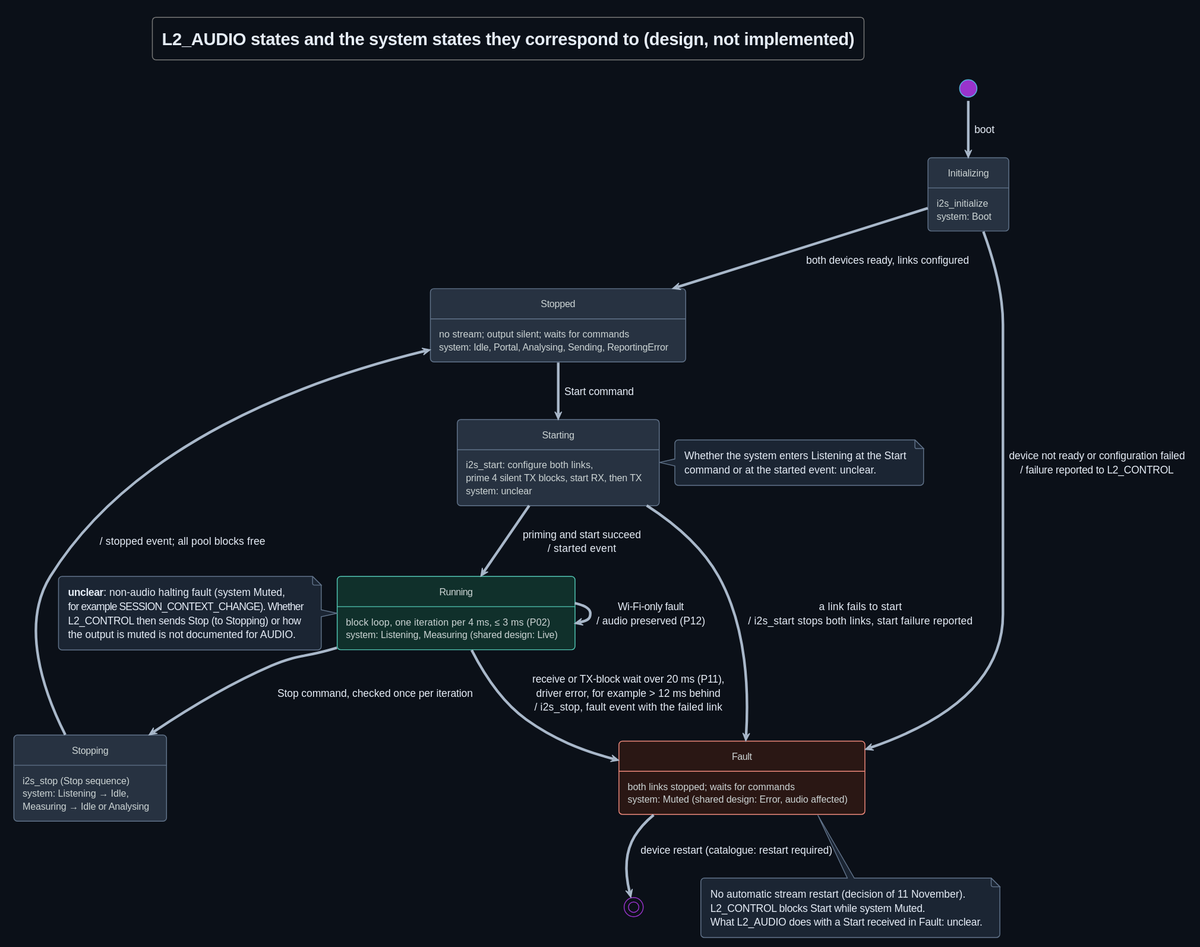
The PlantUML diagram Development/system/design/AUDIO/rendered/audio_state.svg in DemonicPsychoII/DigitalStethoscope, before a commit.
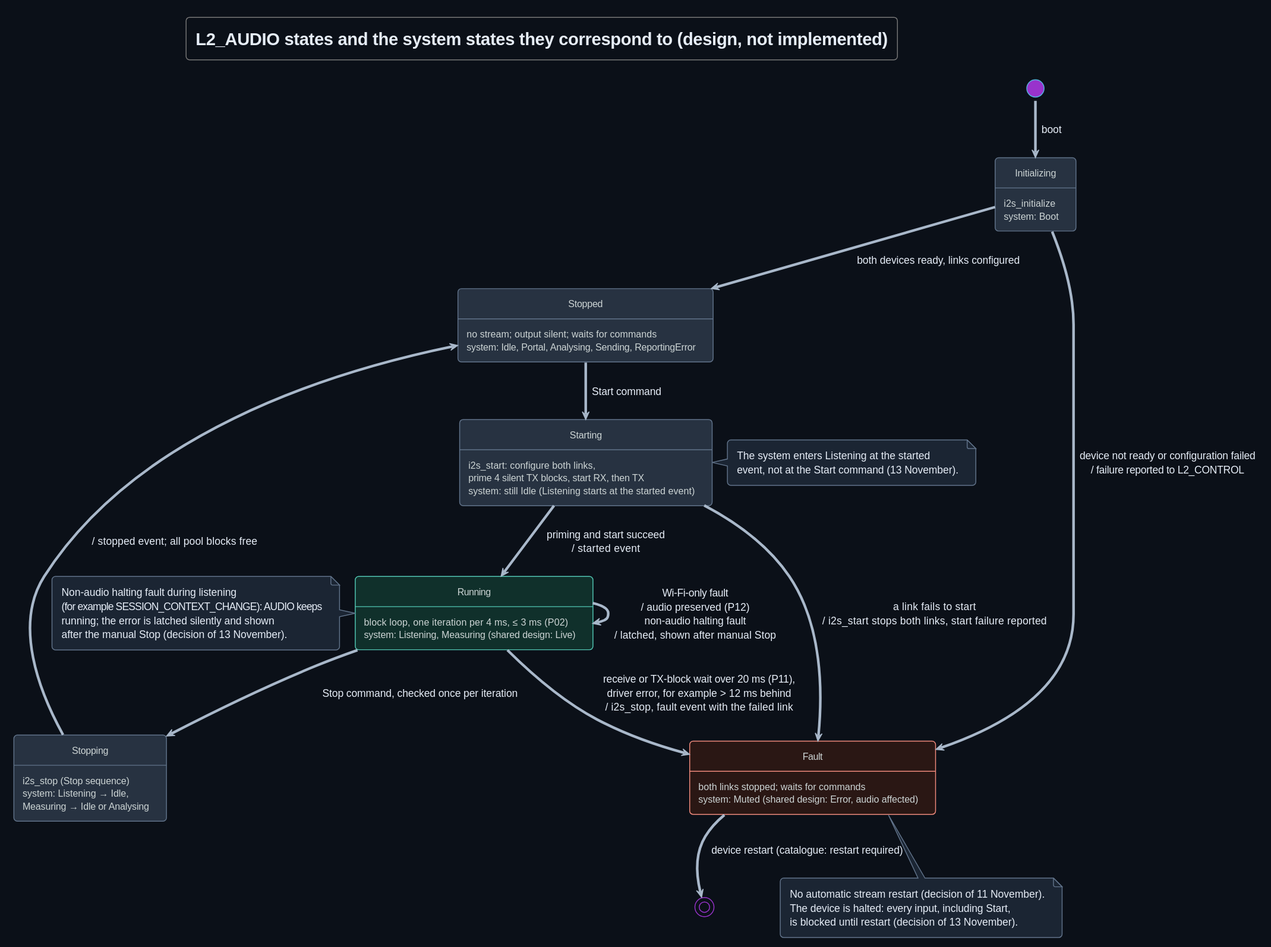
Later version of the same file.

Commit message:
TICKET-185: documentation: enter Listening at the started event, defer non-audio halting faults to the manual Stop and halt all input on an audio fault

What changed in the source:
```diff
@@ -28,7 +28,7 @@
 hide empty description
 state "Initializing" as Initializing : i2s_initialize\nsystem: Boot
 state "Stopped" as Stopped : no stream; output silent; waits for commands\nsystem: Idle, Portal, Analysing, Sending, ReportingError
-state "Starting" as Starting : i2s_start: configure both links,\nprime 4 silent TX blocks, start RX, then TX\nsystem: unclear
+state "Starting" as Starting : i2s_start: configure both links,\nprime 4 silent TX blocks, start RX, then TX\nsystem: still Idle (Listening starts at the started event)
 state "Running" as Running <<running>> : block loop, one iteration per 4 ms, ≤ 3 ms (P02)\nsystem: Listening, Measuring (shared design: Live)
 state "Stopping" as Stopping : i2s_stop (Stop sequence)\nsystem: Listening → Idle,\nMeasuring → Idle or Analysing
 state "Fault" as Fault <<fault>> : both links stopped; waits for commands\nsystem: Muted (shared design: Error, audio affected)
@@ -41,21 +41,21 @@
 Running --> Stopping : Stop command, checked once per iteration
 Stopping --> Stopped : / stopped event; all pool blocks free
 Running --> Fault : receive or TX-block wait over 20 ms (P11),\ndriver error, for example > 12 ms behind\n/ i2s_stop, fault event with the failed link
-Running --> Running : Wi-Fi-only fault\n/ audio preserved (P12)
+Running --> Running : Wi-Fi-only fault\n/ audio preserved (P12)\nnon-audio halting fault\n/ latched, shown after manual Stop
 Fault --> [*] : device restart (catalogue: restart required)
 note bottom of Fault
   No automatic stream restart (decision of 11 November).
-  L2_CONTROL blocks Start while system Muted.
-  What L2_AUDIO does with a Start received in Fault: unclear.
+  The device is halted: every input, including Start,
+  is blocked until restart (decision of 13 November).
 end note
 note left of Running
-  **unclear**: non-audio halting fault (system Muted,
-  for example SESSION_CONTEXT_CHANGE). Whether
-  L2_CONTROL then sends Stop (to Stopping) or how
-  the output is muted is not documented for AUDIO.
+  Non-audio halting fault during listening
+  (for example SESSION_CONTEXT_CHANGE): AUDIO keeps
+  running; the error is latched silently and shown
+  after the manual Stop (decision of 13 November).
 end note
 note right of Starting
-  Whether the system enters Listening at the Start
-  command or at the started event: unclear.
+  The system enters Listening at the started
+  event, not at the Start command (13 November).
 end note
 @enduml
```
